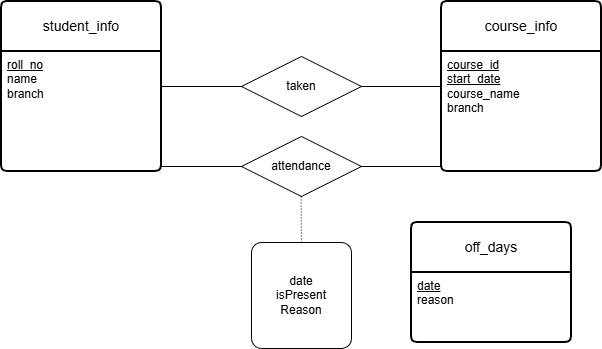
Above: ERDiagram.png in vanshpal122/Student-Attendance-Management-System (draw.io), before the change. Source tidied: cells renumbered, new cells last; positions are measured from the earlier drawing's top-left corner, leaving out a move shared by most shapes.
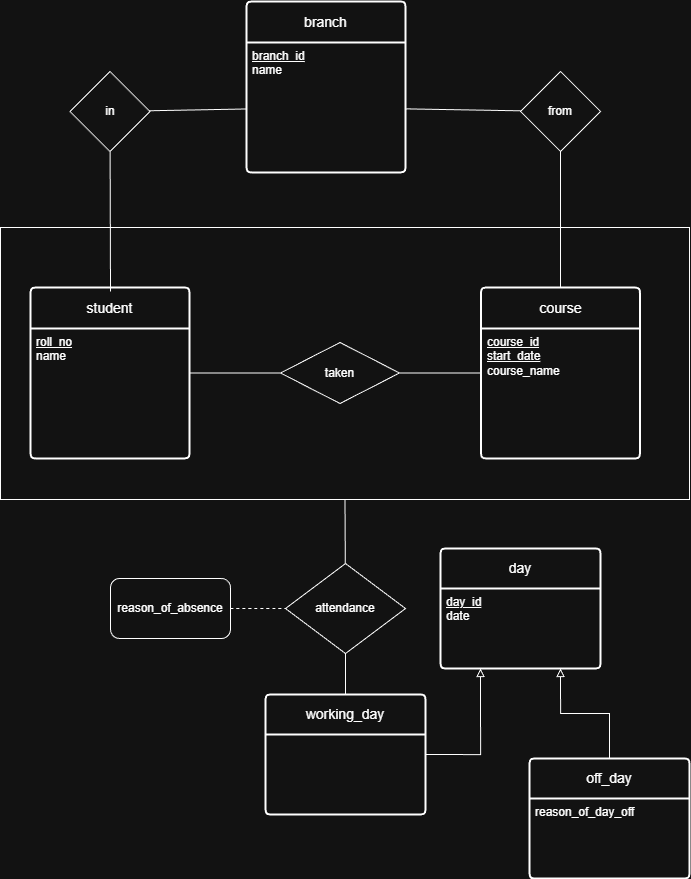
The same file after the commit.

Diff of the diagram source:
```diff
@@ -2,56 +2,97 @@
   <root>
     <mxCell id="0" />
     <mxCell id="1" parent="0" />
+    <mxCell id="18" style="edgeStyle=none;curved=1;rounded=0;jettySize=auto;html=1;fontSize=12;startSize=8;endSize=8;" parent="1" edge="1" source="3" target="2">
+      <mxGeometry relative="1" as="geometry" />
+    </mxCell>
+    <mxCell id="19" style="rounded=0;whiteSpace=wrap;html=1;" parent="1" vertex="1">
+      <mxGeometry x="-30" y="-1176" width="689" height="272" as="geometry" />
+    </mxCell>
-    <mxCell id="2" value="student_info" style="swimlane;horizontal=1;startSize=50;rounded=1;fontSize=14;fontStyle=0;strokeWidth=2;shadow=0;dashed=0;align=center;arcSize=4;whiteSpace=wrap;html=1;" parent="1" vertex="1">
-      <mxGeometry width="160" height="170" as="geometry" />
+    <mxCell id="2" value="student" style="swimlane;horizontal=1;startSize=41;rounded=1;fontSize=14;fontStyle=0;strokeWidth=2;shadow=0;dashed=0;align=center;arcSize=4;whiteSpace=wrap;html=1;" parent="1" vertex="1">
+      <mxGeometry y="-1116" width="159" height="171" as="geometry" />
     </mxCell>
-    <mxCell id="3" value="&lt;u&gt;roll_no&lt;/u&gt;&lt;div&gt;name&lt;/div&gt;&lt;div&gt;branch&lt;/div&gt;" style="align=left;strokeColor=none;fillColor=none;spacingLeft=4;spacingRight=4;fontSize=12;verticalAlign=top;html=1;whiteSpace=wrap;" parent="2" vertex="1">
-      <mxGeometry y="50" width="160" height="120" as="geometry" />
+    <mxCell id="3" value="&lt;u&gt;roll_no&lt;/u&gt;&lt;div&gt;name&lt;/div&gt;" style="align=left;strokeColor=none;fillColor=none;spacingLeft=4;spacingRight=4;fontSize=12;verticalAlign=top;html=1;whiteSpace=wrap;" parent="2" vertex="1">
+      <mxGeometry y="41" width="159" height="130" as="geometry" />
     </mxCell>
+    <mxCell id="20" style="edgeStyle=none;curved=1;rounded=0;jettySize=auto;html=1;entryX=0.5;entryY=1;entryDx=0;entryDy=0;fontSize=12;startSize=8;endSize=8;endArrow=none;endFill=0;" parent="1" edge="1" source="4" target="37">
+      <mxGeometry relative="1" as="geometry" />
+    </mxCell>
-    <mxCell id="4" value="course_info" style="swimlane;horizontal=1;startSize=50;rounded=1;fontSize=14;fontStyle=0;strokeWidth=2;shadow=0;dashed=0;align=center;arcSize=4;whiteSpace=wrap;html=1;" parent="1" vertex="1">
-      <mxGeometry x="440" width="160" height="170" as="geometry" />
+    <mxCell id="4" value="course" style="swimlane;horizontal=1;startSize=41;rounded=1;fontSize=14;fontStyle=0;strokeWidth=2;shadow=0;dashed=0;align=center;arcSize=4;whiteSpace=wrap;html=1;" parent="1" vertex="1">
+      <mxGeometry x="450.5" y="-1116" width="159" height="171" as="geometry" />
     </mxCell>
-    <mxCell id="5" value="&lt;u&gt;course_id&lt;/u&gt;&lt;div&gt;&lt;u&gt;start_date&lt;br&gt;&lt;/u&gt;&lt;div&gt;course_name&lt;/div&gt;&lt;div&gt;branch&lt;/div&gt;&lt;/div&gt;" style="align=left;strokeColor=none;fillColor=none;spacingLeft=4;spacingRight=4;fontSize=12;verticalAlign=top;html=1;whiteSpace=wrap;" parent="4" vertex="1">
-      <mxGeometry y="50" width="160" height="120" as="geometry" />
+    <mxCell id="5" value="&lt;u&gt;course_id&lt;/u&gt;&lt;div&gt;&lt;u&gt;start_date&lt;br&gt;&lt;/u&gt;&lt;div&gt;course_name&lt;/div&gt;&lt;/div&gt;" style="align=left;strokeColor=none;fillColor=none;spacingLeft=4;spacingRight=4;fontSize=12;verticalAlign=top;html=1;whiteSpace=wrap;" parent="4" vertex="1">
+      <mxGeometry y="41" width="159" height="130" as="geometry" />
     </mxCell>
     <mxCell id="6" style="line;strokeWidth=1;dashed=0;labelPosition=right;align=left;verticalAlign=middle;spacingTop=0;spacingLeft=6;" parent="1" vertex="1">
-      <mxGeometry x="160" y="80" width="80" height="10" as="geometry" />
+      <mxGeometry x="160" y="-1036" width="90" height="11" as="geometry" />
     </mxCell>
     <mxCell id="7" style="line;strokeWidth=1;dashed=0;labelPosition=right;align=left;verticalAlign=middle;spacingTop=0;spacingLeft=6;" parent="1" vertex="1">
-      <mxGeometry x="360" y="80" width="80" height="10" as="geometry" />
+      <mxGeometry x="369" y="-1036" width="81" height="11" as="geometry" />
     </mxCell>
     <mxCell id="8" value="taken" style="shape=rhombus;perimeter=rhombusPerimeter;whiteSpace=wrap;html=1;align=center;" parent="1" vertex="1">
-      <mxGeometry x="240" y="55" width="120" height="60" as="geometry" />
+      <mxGeometry x="250" y="-1061" width="119" height="61" as="geometry" />
     </mxCell>
+    <mxCell id="21" value="day" style="swimlane;horizontal=1;startSize=40;rounded=1;fontSize=14;fontStyle=0;strokeWidth=2;shadow=0;dashed=0;align=center;arcSize=4;whiteSpace=wrap;html=1;" parent="1" vertex="1">
+      <mxGeometry x="410" y="-855" width="160" height="120" as="geometry" />
+    </mxCell>
+    <mxCell id="22" value="&lt;u&gt;day_id&lt;/u&gt;&lt;br&gt;date" style="align=left;strokeColor=none;fillColor=none;spacingLeft=4;spacingRight=4;fontSize=12;verticalAlign=top;html=1;whiteSpace=wrap;" parent="21" vertex="1">
+      <mxGeometry y="40" width="160" height="80" as="geometry" />
+    </mxCell>
+    <mxCell id="23" style="edgeStyle=orthogonalEdgeStyle;rounded=0;jettySize=auto;html=1;exitX=1;exitY=0.5;exitDx=0;exitDy=0;entryX=0.25;entryY=1;entryDx=0;entryDy=0;endArrow=block;endFill=0;" parent="1" edge="1" source="24" target="22">
+      <mxGeometry relative="1" as="geometry" />
+    </mxCell>
+    <mxCell id="24" value="working_day" style="swimlane;horizontal=1;startSize=40;rounded=1;fontSize=14;fontStyle=0;strokeWidth=2;shadow=0;dashed=0;align=center;arcSize=4;whiteSpace=wrap;html=1;" parent="1" vertex="1">
+      <mxGeometry x="235" y="-709" width="160" height="120" as="geometry" />
+    </mxCell>
+    <mxCell id="25" style="edgeStyle=orthogonalEdgeStyle;rounded=0;jettySize=auto;html=1;entryX=0.75;entryY=1;entryDx=0;entryDy=0;endArrow=block;endFill=0;" parent="1" edge="1" source="26" target="22">
+      <mxGeometry relative="1" as="geometry" />
+    </mxCell>
+    <mxCell id="26" value="off_day" style="swimlane;horizontal=1;startSize=40;rounded=1;fontSize=14;fontStyle=0;strokeWidth=2;shadow=0;dashed=0;align=center;arcSize=4;whiteSpace=wrap;html=1;" parent="1" vertex="1">
+      <mxGeometry x="499" y="-645" width="160" height="120" as="geometry" />
+    </mxCell>
+    <mxCell id="27" value="reason_of_day_off" style="align=left;strokeColor=none;fillColor=none;spacingLeft=4;spacingRight=4;fontSize=12;verticalAlign=top;html=1;whiteSpace=wrap;" parent="26" vertex="1">
+      <mxGeometry y="40" width="160" height="80" as="geometry" />
+    </mxCell>
+    <mxCell id="28" style="edgeStyle=none;curved=1;rounded=0;orthogonalLoop=1;jettySize=auto;html=1;exitX=0.5;exitY=0;exitDx=0;exitDy=0;fontSize=12;startSize=8;endSize=8;" parent="26" edge="1" source="27" target="27">
+      <mxGeometry relative="1" as="geometry" />
+    </mxCell>
+    <mxCell id="29" style="edgeStyle=none;curved=1;rounded=0;jettySize=auto;html=1;entryX=0.5;entryY=1;entryDx=0;entryDy=0;fontSize=12;startSize=8;endSize=8;endArrow=none;endFill=0;" parent="1" edge="1" source="9" target="19">
+      <mxGeometry relative="1" as="geometry" />
+    </mxCell>
-    <mxCell id="9" value="attendance" style="shape=rhombus;perimeter=rhombusPerimeter;whiteSpace=wrap;html=1;align=center;" parent="1" vertex="1">
-      <mxGeometry x="240" y="135" width="120" height="60" as="geometry" />
+    <mxCell id="9" value="attendance" style="rhombus;whiteSpace=wrap;html=1;" parent="1" vertex="1">
+      <mxGeometry x="255" y="-840" width="120" height="90" as="geometry" />
     </mxCell>
-    <mxCell id="10" style="line;strokeWidth=1;dashed=0;labelPosition=right;align=left;verticalAlign=middle;spacingTop=0;spacingLeft=6;" parent="1" vertex="1">
-      <mxGeometry x="160" y="160" width="80" height="10" as="geometry" />
-    </mxCell>
-    <mxCell id="11" style="line;strokeWidth=1;dashed=0;labelPosition=right;align=left;verticalAlign=middle;spacingTop=0;spacingLeft=6;" parent="1" vertex="1">
-      <mxGeometry x="360" y="160" width="80" height="10" as="geometry" />
-    </mxCell>
-    <mxCell id="12" style="endArrow=none;html=1;rounded=0;dashed=1;dashPattern=1 2;" parent="1" edge="1">
-      <mxGeometry relative="1" as="geometry">
-        <mxPoint x="299.6" y="195" as="sourcePoint" />
-        <mxPoint x="300" y="245" as="targetPoint" />
-      </mxGeometry>
-    </mxCell>
-    <mxCell id="13" style="html=1;whiteSpace=wrap;align=left;verticalAlign=bottom;" parent="12" vertex="1">
-      <mxGeometry x="-1" relative="1" as="geometry" />
-    </mxCell>
-    <mxCell id="14" style="html=1;whiteSpace=wrap;align=right;verticalAlign=bottom;" parent="12" vertex="1">
-      <mxGeometry x="1" relative="1" as="geometry" />
-    </mxCell>
-    <mxCell id="15" value="date&lt;div&gt;isPresent&lt;/div&gt;&lt;div&gt;Reason&lt;/div&gt;" style="rounded=1;arcSize=10;whiteSpace=wrap;html=1;align=center;" parent="1" vertex="1">
-      <mxGeometry x="250" y="241" width="100" height="106" as="geometry" />
-    </mxCell>
-    <mxCell id="16" value="off_days" style="swimlane;horizontal=1;startSize=50;rounded=1;fontSize=14;fontStyle=0;strokeWidth=2;shadow=0;dashed=0;align=center;arcSize=4;whiteSpace=wrap;html=1;" parent="1" vertex="1">
-      <mxGeometry x="410" y="221" width="160" height="120" as="geometry" />
-    </mxCell>
-    <mxCell id="17" value="&lt;u&gt;date&lt;/u&gt;&lt;div&gt;reason&lt;/div&gt;" style="align=left;strokeColor=none;fillColor=none;spacingLeft=4;spacingRight=4;fontSize=12;verticalAlign=top;html=1;whiteSpace=wrap;" parent="16" vertex="1">
-      <mxGeometry y="50" width="160" height="70" as="geometry" />
-    </mxCell>
+    <mxCell id="30" style="edgeStyle=none;curved=1;rounded=0;jettySize=auto;html=1;entryX=0.5;entryY=0;entryDx=0;entryDy=0;fontSize=12;startSize=8;endSize=8;endArrow=none;endFill=0;" parent="1" edge="1" source="9" target="24">
+      <mxGeometry relative="1" as="geometry" />
+    </mxCell>
+    <mxCell id="31" style="edgeStyle=none;curved=1;rounded=0;jettySize=auto;html=1;fontSize=12;startSize=8;endSize=8;endArrow=none;endFill=0;" parent="1" edge="1" target="33">
+      <mxGeometry relative="1" as="geometry">
+        <mxPoint x="80" y="-1112" as="sourcePoint" />
+      </mxGeometry>
+    </mxCell>
+    <mxCell id="32" style="edgeStyle=none;curved=1;rounded=0;jettySize=auto;html=1;fontSize=12;startSize=8;endSize=8;endArrow=none;endFill=0;" parent="1" edge="1" source="33" target="35">
+      <mxGeometry relative="1" as="geometry" />
+    </mxCell>
+    <mxCell id="33" value="in" style="rhombus;whiteSpace=wrap;html=1;" parent="1" vertex="1">
+      <mxGeometry x="39.5" y="-1332" width="80" height="80" as="geometry" />
+    </mxCell>
+    <mxCell id="34" value="branch" style="swimlane;horizontal=1;startSize=41;rounded=1;fontSize=14;fontStyle=0;strokeWidth=2;shadow=0;dashed=0;align=center;arcSize=4;whiteSpace=wrap;html=1;" parent="1" vertex="1">
+      <mxGeometry x="216" y="-1402" width="159" height="171" as="geometry" />
+    </mxCell>
+    <mxCell id="35" value="&lt;u&gt;branch_id&lt;/u&gt;&lt;br&gt;&lt;div&gt;name&lt;/div&gt;" style="align=left;strokeColor=none;fillColor=none;spacingLeft=4;spacingRight=4;fontSize=12;verticalAlign=top;html=1;whiteSpace=wrap;" parent="34" vertex="1">
+      <mxGeometry y="41" width="159" height="130" as="geometry" />
+    </mxCell>
+    <mxCell id="36" style="edgeStyle=none;curved=1;rounded=0;jettySize=auto;html=1;fontSize=12;startSize=8;endSize=8;endArrow=none;endFill=0;" parent="1" edge="1" source="37" target="35">
+      <mxGeometry relative="1" as="geometry" />
+    </mxCell>
+    <mxCell id="37" value="from" style="rhombus;whiteSpace=wrap;html=1;" parent="1" vertex="1">
+      <mxGeometry x="490" y="-1332" width="80" height="80" as="geometry" />
+    </mxCell>
+    <mxCell id="38" style="edgeStyle=none;curved=1;rounded=0;jettySize=auto;html=1;entryX=0;entryY=0.5;entryDx=0;entryDy=0;fontSize=12;startSize=8;endSize=8;dashed=1;endArrow=none;endFill=0;" parent="1" edge="1" source="39" target="9">
+      <mxGeometry relative="1" as="geometry" />
+    </mxCell>
+    <mxCell id="39" value="reason_of_absence" style="rounded=1;whiteSpace=wrap;html=1;" parent="1" vertex="1">
+      <mxGeometry x="80" y="-825" width="120" height="60" as="geometry" />
+    </mxCell>
   </root>
 </mxGraphModel>
```
